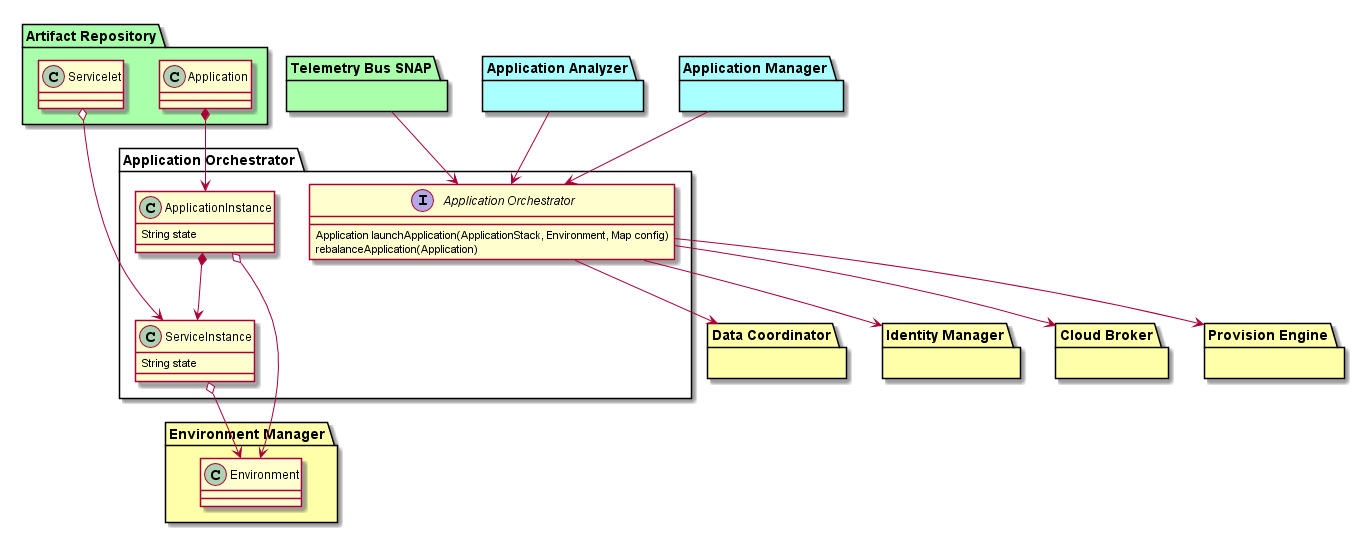
Before: docs/Solution/ApplicationOrchestrator/Logical.png, a diagram exported from PlantUML (CAADE/C3).
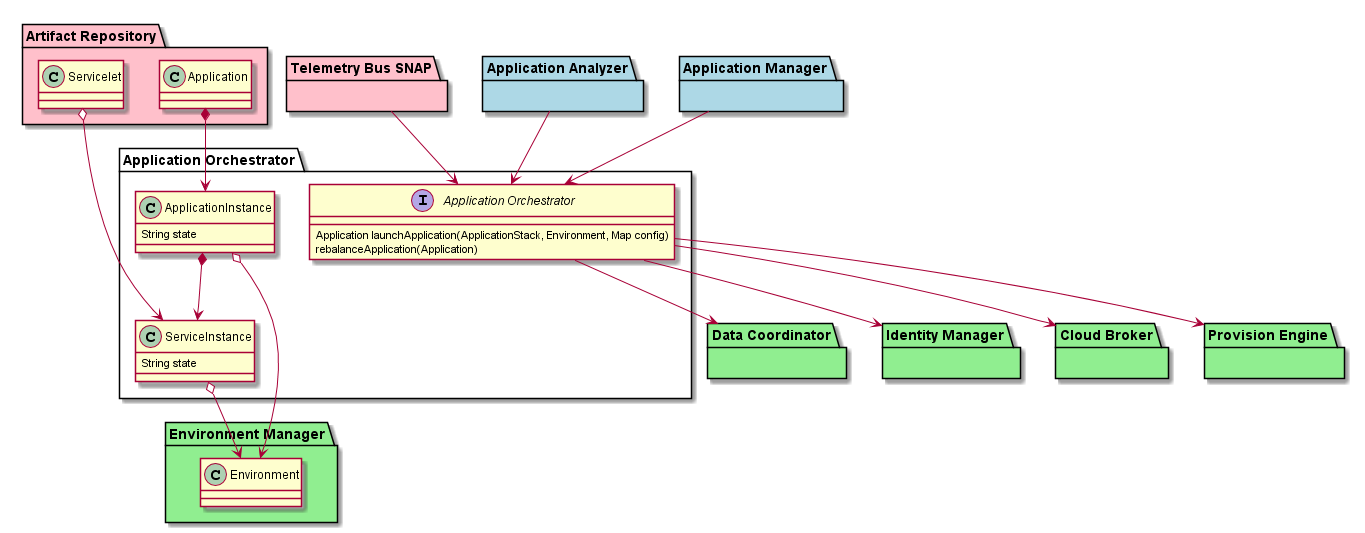
Later version of the same file.

What changed in the source:
```diff
@@ -15,18 +15,18 @@
   ApplicationInstance *--> ServiceInstance
 }
 
-package "Cloud Broker"  #ffffaa {}
-package "Provision Engine" #ffffaa {}
-package "Data Coordinator" #ffffaa {}
-package "Telemetry Bus SNAP" #aaffaa {}
-package "Application Analyzer" #aaffff {}
-package "Application Manager" #aaffff {}
-package "Identity Manager"  #ffffaa {}
-package "Environment Manager" #ffffaa {
+package "Cloud Broker"  #lightgreen {}
+package "Provision Engine" #lightgreen {}
+package "Data Coordinator" #lightgreen {}
+package "Telemetry Bus SNAP" #pink {}
+package "Application Analyzer" #lightblue {}
+package "Application Manager" #lightblue {}
+package "Identity Manager"  #lightgreen {}
+package "Environment Manager" #lightgreen {
   class Environment {
   }
 }
-package "Artifact Repository"  #aaffaa {
+package "Artifact Repository"  #pink {
     class Application {
     }
     class Servicelet {
```
